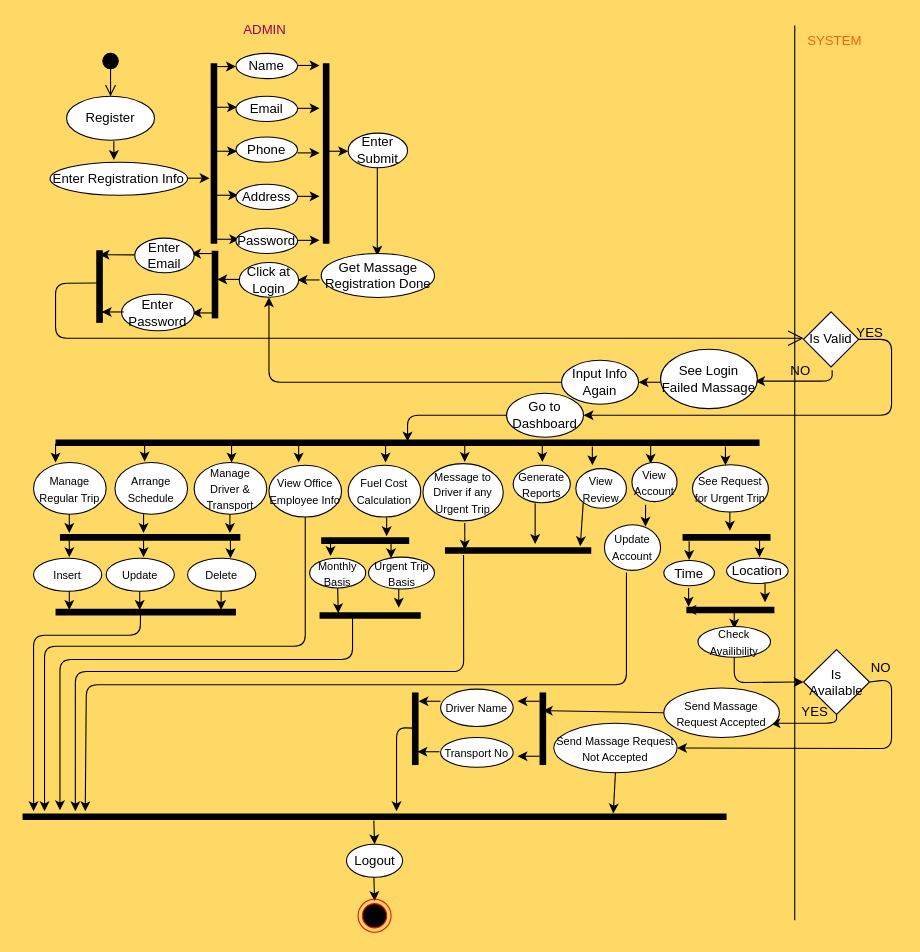
SHIMAISRAFIL/Transport-Schedule keeps this draw.io diagram as resources/Untitled Diagram.drawio. Above is the earlier version. Source tidied: cells renumbered, new cells numbered last; positions are measured from the earlier drawing's top-left corner, leaving out a move shared by most shapes. Both pictures are drawn from the tidied source at 110%, with x=0, y=0 at pixel (22, 19).
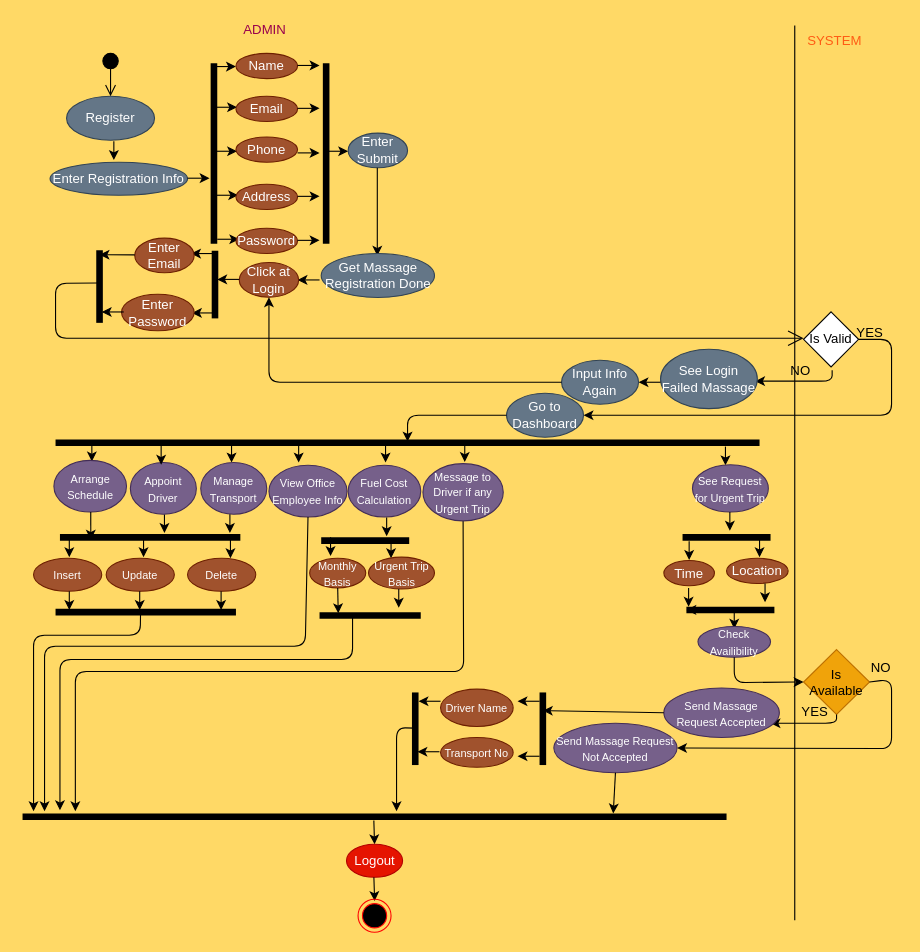
The same diagram, later.

The change refers to these unchanged cells:
```xml
<mxCell id="24" style="shape=line;html=1;strokeWidth=6;rotation=0;" parent="1" vertex="1">
  <mxGeometry x="34" y="466" width="164" height="10" as="geometry" />
</mxCell>
```

Diff of the diagram source:
```diff
@@
-    <mxCell id="3" style="endArrow=classic;html=1;" parent="1" edge="1">
-      <mxGeometry relative="1" as="geometry">
-        <mxPoint x="30" y="386" as="sourcePoint" />
-        <mxPoint x="30" y="403" as="targetPoint" />
-      </mxGeometry>
-    </mxCell>
     <mxCell id="4" style="endArrow=classic;html=1;" parent="1" edge="1">
       <mxGeometry relative="1" as="geometry">
-        <mxPoint x="111" y="385" as="sourcePoint" />
-        <mxPoint x="111" y="402" as="targetPoint" />
+        <mxPoint x="63" y="385" as="sourcePoint" />
+        <mxPoint x="63" y="402" as="targetPoint" />
       </mxGeometry>
     </mxCell>
@@
-    <mxCell id="9" style="endArrow=classic;html=1;" parent="1" edge="1">
-      <mxGeometry relative="1" as="geometry">
-        <mxPoint x="518" y="388.5" as="sourcePoint" />
-        <mxPoint x="518" y="405.5" as="targetPoint" />
-      </mxGeometry>
-    </mxCell>
-    <mxCell id="10" style="endArrow=classic;html=1;" parent="1" edge="1">
-      <mxGeometry relative="1" as="geometry">
-        <mxPoint x="571" y="387" as="sourcePoint" />
-        <mxPoint x="571" y="404" as="targetPoint" />
-      </mxGeometry>
-    </mxCell>
@@
-    <mxCell id="12" value="&lt;font style=&quot;font-size: 10px&quot;&gt;Manage Regular Trip&lt;/font&gt;" style="ellipse;whiteSpace=wrap;html=1;" parent="1" vertex="1">
-      <mxGeometry x="10" y="403" width="66" height="47" as="geometry" />
-    </mxCell>
-    <mxCell id="13" value="&lt;font style=&quot;font-size: 10px&quot;&gt;Arrange Schedule&lt;/font&gt;" style="ellipse;whiteSpace=wrap;html=1;" parent="1" vertex="1">
-      <mxGeometry x="84" y="403" width="66" height="47" as="geometry" />
+    <mxCell id="13" value="&lt;font style=&quot;font-size: 10px&quot;&gt;Arrange Schedule&lt;/font&gt;" style="ellipse;whiteSpace=wrap;html=1;fillColor=#76608a;strokeColor=#432D57;fontColor=#ffffff;" parent="1" vertex="1">
+      <mxGeometry x="28.5" y="401" width="66" height="47" as="geometry" />
     </mxCell>
-    <mxCell id="14" value="&lt;font style=&quot;font-size: 10px&quot;&gt;Manage Driver &amp;amp; Transport&lt;/font&gt;" style="ellipse;whiteSpace=wrap;html=1;" parent="1" vertex="1">
-      <mxGeometry x="156" y="403" width="66" height="47" as="geometry" />
+    <mxCell id="14" value="&lt;font style=&quot;font-size: 10px&quot;&gt;Manage Transport&lt;/font&gt;" style="ellipse;whiteSpace=wrap;html=1;fillColor=#76608a;strokeColor=#432D57;fontColor=#ffffff;" parent="1" vertex="1">
+      <mxGeometry x="162" y="403" width="60" height="47" as="geometry" />
     </mxCell>
-    <mxCell id="15" value="&lt;font style=&quot;font-size: 10px&quot;&gt;View Office Employee Info&lt;/font&gt;" style="ellipse;whiteSpace=wrap;html=1;" parent="1" vertex="1">
-      <mxGeometry x="224" y="405.5" width="66" height="47" as="geometry" />
+    <mxCell id="15" value="&lt;font style=&quot;font-size: 10px&quot;&gt;View Office Employee Info&lt;/font&gt;" style="ellipse;whiteSpace=wrap;html=1;fillColor=#76608a;strokeColor=#432D57;fontColor=#ffffff;" parent="1" vertex="1">
+      <mxGeometry x="224" y="405.5" width="71" height="47" as="geometry" />
     </mxCell>
-    <mxCell id="16" value="&lt;font style=&quot;font-size: 10px&quot;&gt;See Request for Urgent Trip&lt;/font&gt;" style="ellipse;whiteSpace=wrap;html=1;" parent="1" vertex="1">
+    <mxCell id="16" value="&lt;font style=&quot;font-size: 10px&quot;&gt;See Request for Urgent Trip&lt;/font&gt;" style="ellipse;whiteSpace=wrap;html=1;fillColor=#76608a;strokeColor=#432D57;fontColor=#ffffff;" parent="1" vertex="1">
       <mxGeometry x="609" y="405" width="69" height="43" as="geometry" />
     </mxCell>
-    <mxCell id="17" value="&lt;font style=&quot;font-size: 10px&quot;&gt;Fuel Cost Calculation&lt;/font&gt;" style="ellipse;whiteSpace=wrap;html=1;" parent="1" vertex="1">
+    <mxCell id="17" value="&lt;font style=&quot;font-size: 10px&quot;&gt;Fuel Cost Calculation&lt;/font&gt;" style="ellipse;whiteSpace=wrap;html=1;fillColor=#76608a;strokeColor=#432D57;fontColor=#ffffff;" parent="1" vertex="1">
       <mxGeometry x="296" y="405.5" width="66" height="47" as="geometry" />
     </mxCell>
-    <mxCell id="18" value="&lt;font style=&quot;font-size: 10px&quot;&gt;Generate Reports&lt;/font&gt;" style="ellipse;whiteSpace=wrap;html=1;" parent="1" vertex="1">
-      <mxGeometry x="446" y="405.5" width="52" height="34" as="geometry" />
-    </mxCell>
-    <mxCell id="19" value="&lt;font style=&quot;font-size: 10px&quot;&gt;View Review&lt;/font&gt;" style="ellipse;whiteSpace=wrap;html=1;" parent="1" vertex="1">
-      <mxGeometry x="503" y="408.5" width="46" height="36" as="geometry" />
-    </mxCell>
-    <mxCell id="20" value="&lt;font style=&quot;font-size: 10px&quot;&gt;View Account&lt;/font&gt;" style="ellipse;whiteSpace=wrap;html=1;" parent="1" vertex="1">
-      <mxGeometry x="554" y="403" width="41" height="35.5" as="geometry" />
-    </mxCell>
-    <mxCell id="21" style="endArrow=classic;html=1;" parent="1" edge="1">
-      <mxGeometry relative="1" as="geometry">
-        <mxPoint x="42.5" y="450" as="sourcePoint" />
-        <mxPoint x="42.5" y="467" as="targetPoint" />
-      </mxGeometry>
-    </mxCell>
     <mxCell id="22" style="endArrow=classic;html=1;" parent="1" edge="1">
       <mxGeometry relative="1" as="geometry">
-        <mxPoint x="110" y="450" as="sourcePoint" />
-        <mxPoint x="110" y="467" as="targetPoint" />
+        <mxPoint x="129" y="450" as="sourcePoint" />
+        <mxPoint x="129" y="467" as="targetPoint" />
       </mxGeometry>
     </mxCell>
@@
+    <mxCell id="145" style="edgeStyle=none;curved=1;rounded=0;jettySize=auto;html=1;endArrow=open;sourcePerimeterSpacing=8;targetPerimeterSpacing=8;" parent="1" edge="1" source="24" target="146">
+      <mxGeometry relative="1" as="geometry" />
+    </mxCell>
@@
-    <mxCell id="28" value="&lt;font style=&quot;font-size: 10px&quot;&gt;Insert&lt;/font&gt;" style="ellipse;whiteSpace=wrap;html=1;" parent="1" vertex="1">
+    <mxCell id="28" value="&lt;font style=&quot;font-size: 10px&quot;&gt;Insert&lt;/font&gt;" style="ellipse;whiteSpace=wrap;html=1;fillColor=#a0522d;strokeColor=#6D1F00;fontColor=#ffffff;" parent="1" vertex="1">
       <mxGeometry x="10" y="490" width="62" height="30" as="geometry" />
     </mxCell>
-    <mxCell id="29" value="&lt;font style=&quot;font-size: 10px&quot;&gt;Update&lt;/font&gt;" style="ellipse;whiteSpace=wrap;html=1;" parent="1" vertex="1">
+    <mxCell id="29" value="&lt;font style=&quot;font-size: 10px&quot;&gt;Update&lt;/font&gt;" style="ellipse;whiteSpace=wrap;html=1;fillColor=#a0522d;strokeColor=#6D1F00;fontColor=#ffffff;" parent="1" vertex="1">
       <mxGeometry x="76" y="490" width="62" height="30" as="geometry" />
     </mxCell>
-    <mxCell id="30" value="&lt;font style=&quot;font-size: 10px&quot;&gt;Delete&lt;/font&gt;" style="ellipse;whiteSpace=wrap;html=1;" parent="1" vertex="1">
+    <mxCell id="30" value="&lt;font style=&quot;font-size: 10px&quot;&gt;Delete&lt;/font&gt;" style="ellipse;whiteSpace=wrap;html=1;fillColor=#a0522d;strokeColor=#6D1F00;fontColor=#ffffff;" parent="1" vertex="1">
       <mxGeometry x="150" y="490" width="62" height="30" as="geometry" />
     </mxCell>
@@
-    <mxCell id="41" value="Time" style="ellipse;whiteSpace=wrap;html=1;" parent="1" vertex="1">
+    <mxCell id="41" value="Time" style="ellipse;whiteSpace=wrap;html=1;fillColor=#a0522d;strokeColor=#6D1F00;fontColor=#ffffff;" parent="1" vertex="1">
       <mxGeometry x="583" y="492" width="46" height="23" as="geometry" />
     </mxCell>
-    <mxCell id="42" value="Location" style="ellipse;whiteSpace=wrap;html=1;" parent="1" vertex="1">
+    <mxCell id="42" value="Location" style="ellipse;whiteSpace=wrap;html=1;fillColor=#a0522d;strokeColor=#6D1F00;fontColor=#ffffff;" parent="1" vertex="1">
       <mxGeometry x="640" y="490" width="56" height="23" as="geometry" />
     </mxCell>
@@
-    <mxCell id="46" value="&lt;font style=&quot;font-size: 10px&quot;&gt;Check Availibility&lt;/font&gt;" style="ellipse;whiteSpace=wrap;html=1;" parent="1" vertex="1">
+    <mxCell id="46" value="&lt;font style=&quot;font-size: 10px&quot;&gt;Check Availibility&lt;/font&gt;" style="ellipse;whiteSpace=wrap;html=1;fillColor=#76608a;strokeColor=#432D57;fontColor=#ffffff;" parent="1" vertex="1">
       <mxGeometry x="614" y="552" width="66" height="28" as="geometry" />
     </mxCell>
-    <mxCell id="47" value="Is Available" style="rhombus;whiteSpace=wrap;html=1;strokeColor=#000000;" parent="1" vertex="1">
+    <mxCell id="47" value="Is Available" style="rhombus;whiteSpace=wrap;html=1;strokeColor=#BD7000;fillColor=#f0a30a;fontColor=#000000;" parent="1" vertex="1">
       <mxGeometry x="710" y="573" width="60" height="59" as="geometry" />
     </mxCell>
@@
-    <mxCell id="49" value="&lt;font style=&quot;font-size: 10px&quot;&gt;Send Massage Request Accepted&lt;/font&gt;" style="ellipse;whiteSpace=wrap;html=1;" parent="1" vertex="1">
+    <mxCell id="49" value="&lt;font style=&quot;font-size: 10px&quot;&gt;Send Massage Request Accepted&lt;/font&gt;" style="ellipse;whiteSpace=wrap;html=1;fillColor=#76608a;strokeColor=#432D57;fontColor=#ffffff;" parent="1" vertex="1">
       <mxGeometry x="583" y="608" width="105" height="45" as="geometry" />
     </mxCell>
@@
-    <mxCell id="51" value="&lt;font style=&quot;font-size: 10px&quot;&gt;Send Massage Request Not Accepted&lt;/font&gt;" style="ellipse;whiteSpace=wrap;html=1;" parent="1" vertex="1">
+    <mxCell id="51" value="&lt;font style=&quot;font-size: 10px&quot;&gt;Send Massage Request Not Accepted&lt;/font&gt;" style="ellipse;whiteSpace=wrap;html=1;fillColor=#76608a;strokeColor=#432D57;fontColor=#ffffff;" parent="1" vertex="1">
       <mxGeometry x="483" y="640" width="112" height="45" as="geometry" />
     </mxCell>
@@
-    <mxCell id="58" value="&lt;font style=&quot;font-size: 10px&quot;&gt;Driver Name&lt;/font&gt;" style="ellipse;whiteSpace=wrap;html=1;" parent="1" vertex="1">
+    <mxCell id="58" value="&lt;font style=&quot;font-size: 10px&quot;&gt;Driver Name&lt;/font&gt;" style="ellipse;whiteSpace=wrap;html=1;fillColor=#a0522d;strokeColor=#6D1F00;fontColor=#ffffff;" parent="1" vertex="1">
       <mxGeometry x="380" y="609" width="66" height="34" as="geometry" />
     </mxCell>
-    <mxCell id="59" value="&lt;font style=&quot;font-size: 10px&quot;&gt;Transport No&lt;/font&gt;" style="ellipse;whiteSpace=wrap;html=1;" parent="1" vertex="1">
+    <mxCell id="59" value="&lt;font style=&quot;font-size: 10px&quot;&gt;Transport No&lt;/font&gt;" style="ellipse;whiteSpace=wrap;html=1;fillColor=#a0522d;strokeColor=#6D1F00;fontColor=#ffffff;" parent="1" vertex="1">
       <mxGeometry x="380" y="653" width="66" height="27" as="geometry" />
     </mxCell>
@@
-    <mxCell id="69" value="&lt;font style=&quot;font-size: 10px&quot;&gt;Monthly Basis&lt;/font&gt;" style="ellipse;whiteSpace=wrap;html=1;" parent="1" vertex="1">
+    <mxCell id="69" value="&lt;font style=&quot;font-size: 10px&quot;&gt;Monthly Basis&lt;/font&gt;" style="ellipse;whiteSpace=wrap;html=1;fillColor=#a0522d;strokeColor=#6D1F00;fontColor=#ffffff;" parent="1" vertex="1">
       <mxGeometry x="261" y="490" width="51" height="27" as="geometry" />
     </mxCell>
-    <mxCell id="70" value="&lt;font style=&quot;font-size: 10px&quot;&gt;Urgent Trip Basis&lt;/font&gt;" style="ellipse;whiteSpace=wrap;html=1;" parent="1" vertex="1">
+    <mxCell id="70" value="&lt;font style=&quot;font-size: 10px&quot;&gt;Urgent Trip Basis&lt;/font&gt;" style="ellipse;whiteSpace=wrap;html=1;fillColor=#a0522d;strokeColor=#6D1F00;fontColor=#ffffff;" parent="1" vertex="1">
       <mxGeometry x="314.5" y="489" width="60" height="29" as="geometry" />
     </mxCell>
-    <mxCell id="71" style="endArrow=classic;html=1;entryX=0.136;entryY=0.42;entryDx=0;entryDy=0;entryPerimeter=0;" parent="1" edge="1" target="74">
-      <mxGeometry relative="1" as="geometry">
-        <mxPoint x="402" y="458" as="sourcePoint" />
-      </mxGeometry>
-    </mxCell>
-    <mxCell id="72" style="endArrow=classic;html=1;" parent="1" edge="1">
-      <mxGeometry relative="1" as="geometry">
-        <mxPoint x="466" y="440" as="sourcePoint" />
-        <mxPoint x="466" y="477" as="targetPoint" />
-      </mxGeometry>
-    </mxCell>
-    <mxCell id="73" style="endArrow=classic;html=1;entryX=0.732;entryY=0.042;entryDx=0;entryDy=0;entryPerimeter=0;exitX=0.302;exitY=1.082;exitDx=0;exitDy=0;exitPerimeter=0;" parent="1" edge="1" source="20" target="137">
-      <mxGeometry relative="1" as="geometry" />
-    </mxCell>
-    <mxCell id="74" style="shape=line;html=1;strokeWidth=6;rotation=0;" parent="1" vertex="1">
-      <mxGeometry x="384" y="478" width="133" height="10" as="geometry" />
-    </mxCell>
@@
-    <mxCell id="77" value="Logout" style="ellipse;whiteSpace=wrap;html=1;strokeColor=#000000;" parent="1" vertex="1">
+    <mxCell id="77" value="Logout" style="ellipse;whiteSpace=wrap;html=1;strokeColor=#B20000;fillColor=#e51400;fontColor=#ffffff;" parent="1" vertex="1">
       <mxGeometry x="294.5" y="750" width="51" height="30" as="geometry" />
     </mxCell>
@@
-    <mxCell id="81" value="Register" style="ellipse;whiteSpace=wrap;html=1;" parent="1" vertex="1">
+    <mxCell id="81" value="Register" style="ellipse;whiteSpace=wrap;html=1;fillColor=#647687;strokeColor=#314354;fontColor=#ffffff;" parent="1" vertex="1">
       <mxGeometry x="40" y="70" width="80" height="40" as="geometry" />
     </mxCell>
@@
-    <mxCell id="83" value="Enter Registration Info" style="ellipse;whiteSpace=wrap;html=1;" parent="1" vertex="1">
+    <mxCell id="83" value="Enter Registration Info" style="ellipse;whiteSpace=wrap;html=1;fillColor=#647687;strokeColor=#314354;fontColor=#ffffff;" parent="1" vertex="1">
       <mxGeometry x="25" y="130" width="125" height="30" as="geometry" />
     </mxCell>
@@
-    <mxCell id="91" value="Name" style="ellipse;whiteSpace=wrap;html=1;" parent="1" vertex="1">
+    <mxCell id="91" value="Name" style="ellipse;whiteSpace=wrap;html=1;fillColor=#a0522d;strokeColor=#6D1F00;fontColor=#ffffff;" parent="1" vertex="1">
       <mxGeometry x="194" y="31" width="56" height="23" as="geometry" />
     </mxCell>
-    <mxCell id="92" value="Email" style="ellipse;whiteSpace=wrap;html=1;" parent="1" vertex="1">
+    <mxCell id="92" value="Email" style="ellipse;whiteSpace=wrap;html=1;fillColor=#a0522d;strokeColor=#6D1F00;fontColor=#ffffff;" parent="1" vertex="1">
       <mxGeometry x="194" y="70" width="56" height="23" as="geometry" />
     </mxCell>
-    <mxCell id="93" value="Phone" style="ellipse;whiteSpace=wrap;html=1;" parent="1" vertex="1">
+    <mxCell id="93" value="Phone" style="ellipse;whiteSpace=wrap;html=1;fillColor=#a0522d;strokeColor=#6D1F00;fontColor=#ffffff;" parent="1" vertex="1">
       <mxGeometry x="194" y="107" width="56" height="23" as="geometry" />
     </mxCell>
-    <mxCell id="94" value="Address" style="ellipse;whiteSpace=wrap;html=1;" parent="1" vertex="1">
+    <mxCell id="94" value="Address" style="ellipse;whiteSpace=wrap;html=1;fillColor=#a0522d;strokeColor=#6D1F00;fontColor=#ffffff;" parent="1" vertex="1">
       <mxGeometry x="194" y="150" width="56" height="23" as="geometry" />
     </mxCell>
-    <mxCell id="95" value="Password" style="ellipse;whiteSpace=wrap;html=1;" parent="1" vertex="1">
+    <mxCell id="95" value="Password" style="ellipse;whiteSpace=wrap;html=1;fillColor=#a0522d;strokeColor=#6D1F00;fontColor=#ffffff;" parent="1" vertex="1">
       <mxGeometry x="194" y="190" width="56" height="23" as="geometry" />
     </mxCell>
@@
-    <mxCell id="103" value="Enter Submit" style="ellipse;whiteSpace=wrap;html=1;" parent="1" vertex="1">
+    <mxCell id="103" value="Enter Submit" style="ellipse;whiteSpace=wrap;html=1;fillColor=#647687;strokeColor=#314354;fontColor=#ffffff;" parent="1" vertex="1">
       <mxGeometry x="296" y="103.5" width="54" height="31.5" as="geometry" />
     </mxCell>
@@
-    <mxCell id="105" value="Get Massage Registration Done" style="ellipse;whiteSpace=wrap;html=1;" parent="1" vertex="1">
+    <mxCell id="105" value="Get Massage Registration Done" style="ellipse;whiteSpace=wrap;html=1;fillColor=#647687;strokeColor=#314354;fontColor=#ffffff;" parent="1" vertex="1">
       <mxGeometry x="271.5" y="213" width="103" height="40" as="geometry" />
     </mxCell>
@@
-    <mxCell id="107" value="Click at Login" style="ellipse;whiteSpace=wrap;html=1;" parent="1" vertex="1">
+    <mxCell id="107" value="Click at Login" style="ellipse;whiteSpace=wrap;html=1;fillColor=#a0522d;strokeColor=#6D1F00;fontColor=#ffffff;" parent="1" vertex="1">
       <mxGeometry x="197" y="221.2" width="54" height="31.5" as="geometry" />
     </mxCell>
@@
-    <mxCell id="112" value="Enter Email" style="ellipse;whiteSpace=wrap;html=1;" parent="1" vertex="1">
+    <mxCell id="112" value="Enter Email" style="ellipse;whiteSpace=wrap;html=1;fillColor=#a0522d;strokeColor=#6D1F00;fontColor=#ffffff;" parent="1" vertex="1">
       <mxGeometry x="102" y="199" width="54" height="31.5" as="geometry" />
     </mxCell>
-    <mxCell id="113" value="Enter Password" style="ellipse;whiteSpace=wrap;html=1;" parent="1" vertex="1">
+    <mxCell id="113" value="Enter Password" style="ellipse;whiteSpace=wrap;html=1;fillColor=#a0522d;strokeColor=#6D1F00;fontColor=#ffffff;" parent="1" vertex="1">
       <mxGeometry x="90" y="250" width="66" height="33.2" as="geometry" />
     </mxCell>
@@
-    <mxCell id="122" value="See Login Failed Massage" style="ellipse;whiteSpace=wrap;html=1;" parent="1" vertex="1">
+    <mxCell id="122" value="See Login Failed Massage" style="ellipse;whiteSpace=wrap;html=1;fillColor=#647687;strokeColor=#314354;fontColor=#ffffff;" parent="1" vertex="1">
       <mxGeometry x="580" y="300" width="88" height="54" as="geometry" />
     </mxCell>
@@
-    <mxCell id="124" value="Input Info Again" style="ellipse;whiteSpace=wrap;html=1;" parent="1" vertex="1">
+    <mxCell id="124" value="Input Info Again" style="ellipse;whiteSpace=wrap;html=1;fillColor=#647687;strokeColor=#314354;fontColor=#ffffff;" parent="1" vertex="1">
       <mxGeometry x="490" y="310" width="70" height="40" as="geometry" />
     </mxCell>
@@
-    <mxCell id="129" value="Go to Dashboard" style="ellipse;whiteSpace=wrap;html=1;" parent="1" vertex="1">
+    <mxCell id="129" value="Go to Dashboard" style="ellipse;whiteSpace=wrap;html=1;fillColor=#647687;strokeColor=#314354;fontColor=#ffffff;" parent="1" vertex="1">
       <mxGeometry x="440" y="340" width="70" height="40" as="geometry" />
     </mxCell>
@@
-    <mxCell id="136" style="endArrow=classic;html=1;exitX=0.127;exitY=0.9;exitDx=0;exitDy=0;exitPerimeter=0;" parent="1" edge="1" source="74">
+    <mxCell id="136" style="endArrow=classic;html=1;exitX=0.5;exitY=1;exitDx=0;exitDy=0;" parent="1" edge="1" source="140">
       <mxGeometry relative="1" as="geometry">
         <mxPoint x="48" y="720" as="targetPoint" />
         <Array as="points">
           <mxPoint x="401" y="593" />
           <mxPoint x="374" y="593" />
           <mxPoint x="48" y="593" />
         </Array>
       </mxGeometry>
     </mxCell>
-    <mxCell id="137" value="&lt;font style=&quot;font-size: 10px&quot;&gt;Update Account&lt;/font&gt;" style="ellipse;whiteSpace=wrap;html=1;" parent="1" vertex="1">
-      <mxGeometry x="529" y="459.5" width="51" height="41.5" as="geometry" />
-    </mxCell>
-    <mxCell id="138" style="endArrow=classic;html=1;" parent="1" edge="1">
-      <mxGeometry relative="1" as="geometry">
-        <mxPoint x="549" y="503" as="sourcePoint" />
-        <mxPoint x="57" y="720" as="targetPoint" />
-        <Array as="points">
-          <mxPoint x="549" y="605" />
-          <mxPoint x="58" y="605" />
-        </Array>
-      </mxGeometry>
-    </mxCell>
-    <mxCell id="139" style="endArrow=classic;html=1;" parent="1" edge="1">
-      <mxGeometry relative="1" as="geometry">
-        <mxPoint x="472.5" y="385.5" as="sourcePoint" />
-        <mxPoint x="472.5" y="402.5" as="targetPoint" />
-      </mxGeometry>
-    </mxCell>
-    <mxCell id="140" value="&lt;font style=&quot;font-size: 10px&quot;&gt;Message to Driver if any Urgent Trip&lt;/font&gt;" style="ellipse;whiteSpace=wrap;html=1;" parent="1" vertex="1">
+    <mxCell id="140" value="&lt;font style=&quot;font-size: 10px&quot;&gt;Message to Driver if any Urgent Trip&lt;/font&gt;" style="ellipse;whiteSpace=wrap;html=1;fillColor=#76608a;strokeColor=#432D57;fontColor=#ffffff;" parent="1" vertex="1">
       <mxGeometry x="364" y="404" width="73" height="52" as="geometry" />
     </mxCell>
@@
-    <mxCell id="144" style="endArrow=classic;html=1;exitX=0;exitY=1;exitDx=0;exitDy=0;" parent="1" edge="1" source="19">
-      <mxGeometry relative="1" as="geometry">
-        <mxPoint x="507" y="479" as="targetPoint" />
-      </mxGeometry>
-    </mxCell>
+    <mxCell id="146" value="&lt;span style=&quot;font-size: 10px&quot;&gt;Appoint Driver&lt;/span&gt;" style="ellipse;whiteSpace=wrap;html=1;fillColor=#76608a;strokeColor=#432D57;fontColor=#ffffff;" parent="1" vertex="1">
+      <mxGeometry x="98" y="403" width="60" height="47" as="geometry" />
+    </mxCell>
+    <mxCell id="147" style="endArrow=classic;html=1;entryX=0.171;entryY=0.72;entryDx=0;entryDy=0;entryPerimeter=0;" parent="1" edge="1" target="24">
+      <mxGeometry relative="1" as="geometry">
+        <mxPoint x="62" y="448" as="sourcePoint" />
+      </mxGeometry>
+    </mxCell>
+    <mxCell id="148" style="endArrow=classic;html=1;" parent="1" edge="1">
+      <mxGeometry relative="1" as="geometry">
+        <mxPoint x="126" y="388" as="sourcePoint" />
+        <mxPoint x="126" y="405" as="targetPoint" />
+      </mxGeometry>
+    </mxCell>
```
